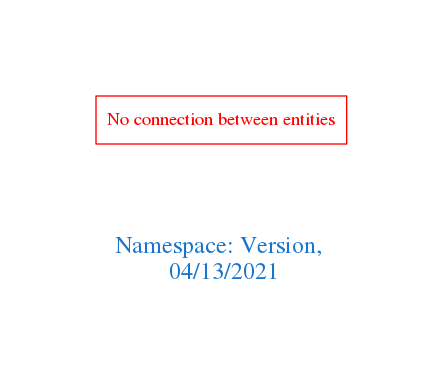
The Graphviz diagram downloads/Version.png in arago/OGIT, before a commit. Its source is kept beside it as downloads/Version.dot.
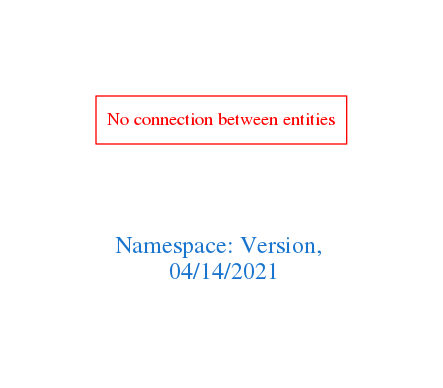
After the commit.

Diff of the diagram source:
```diff
@@ -1,7 +1,7 @@
 digraph OGIT_ontology {
  graph [ rankdir= LR,pad=1
 fontsize = 18,
-fontcolor= dodgerblue3,label = "\n\n\nNamespace: Version, \n 04/13/2021"];
+fontcolor= dodgerblue3,label = "\n\n\nNamespace: Version, \n 04/14/2021"];
 node[shape=polygon];
 edge [  color="gray81"];
 
```
